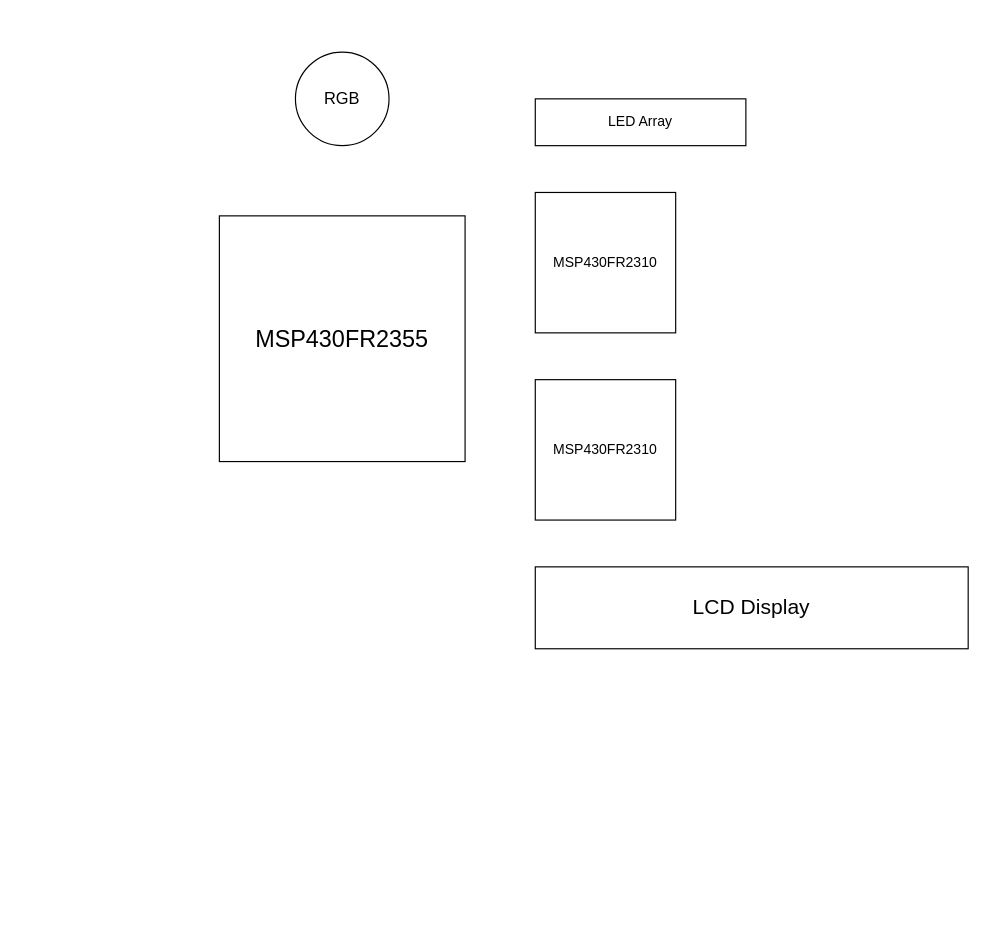
Above: docs/Project4_CircuitDiagram.drawio in msu-eele-465/project4-jack-matt (draw.io), before the change. Source tidied: cells renumbered, new cells numbered last; positions are measured from the earlier drawing's top-left corner, leaving out a move shared by most shapes. Both pictures are drawn from the tidied source at 117%, with x=0, y=0 at pixel (219, 51).
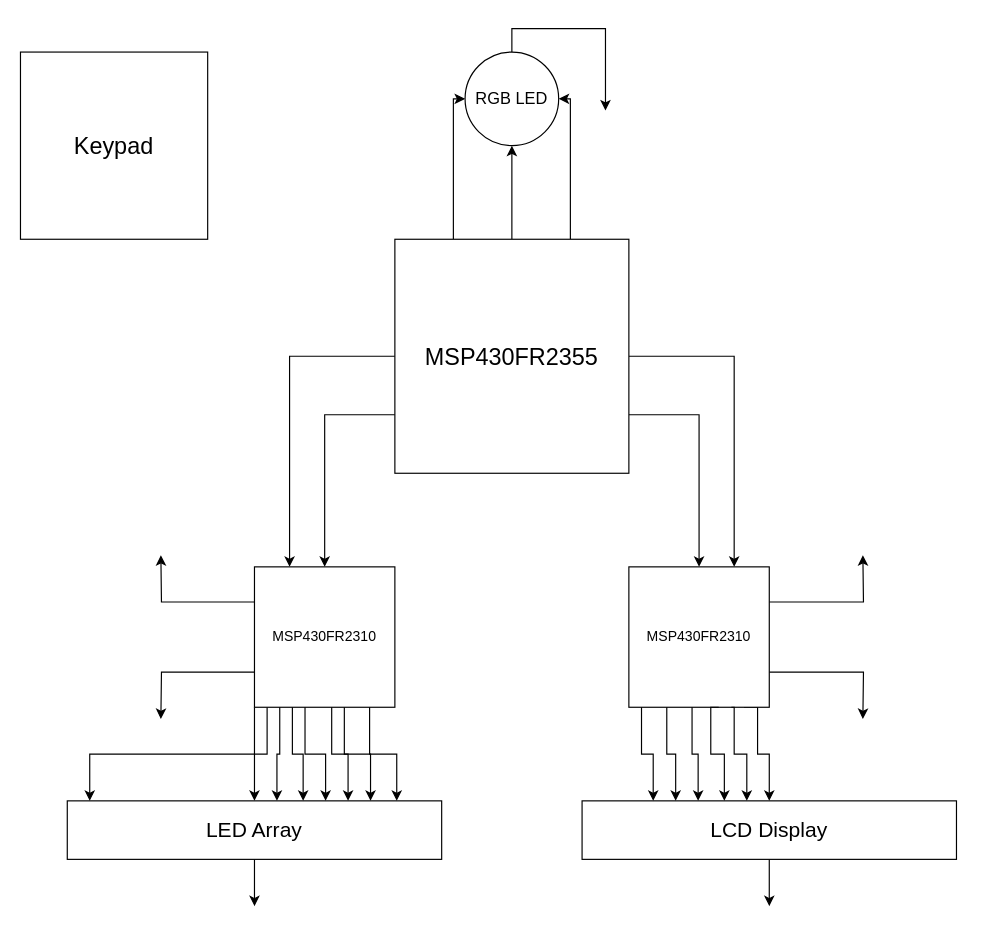
The same page after the edit.

Commit message:
Updated Circuit Diagram

Diff of the diagram source:
```diff
@@
+    <mxCell id="8" style="edgeStyle=orthogonalEdgeStyle;rounded=0;jettySize=auto;html=1;exitX=0;exitY=0.75;exitDx=0;exitDy=0;" parent="1" edge="1" source="2" target="4">
+      <mxGeometry relative="1" as="geometry" />
+    </mxCell>
+    <mxCell id="9" style="edgeStyle=orthogonalEdgeStyle;rounded=0;jettySize=auto;html=1;exitX=0;exitY=0.5;exitDx=0;exitDy=0;entryX=0.25;entryY=0;entryDx=0;entryDy=0;" parent="1" edge="1" source="2" target="4">
+      <mxGeometry relative="1" as="geometry" />
+    </mxCell>
+    <mxCell id="10" style="edgeStyle=orthogonalEdgeStyle;rounded=0;jettySize=auto;html=1;exitX=1;exitY=0.75;exitDx=0;exitDy=0;" parent="1" edge="1" source="2" target="3">
+      <mxGeometry relative="1" as="geometry" />
+    </mxCell>
+    <mxCell id="11" style="edgeStyle=orthogonalEdgeStyle;rounded=0;jettySize=auto;html=1;exitX=1;exitY=0.5;exitDx=0;exitDy=0;entryX=0.75;entryY=0;entryDx=0;entryDy=0;" parent="1" edge="1" source="2" target="3">
+      <mxGeometry relative="1" as="geometry" />
+    </mxCell>
+    <mxCell id="12" style="edgeStyle=orthogonalEdgeStyle;rounded=0;jettySize=auto;html=1;exitX=0.5;exitY=0;exitDx=0;exitDy=0;entryX=0.5;entryY=1;entryDx=0;entryDy=0;" parent="1" edge="1" source="2" target="7">
+      <mxGeometry relative="1" as="geometry" />
+    </mxCell>
+    <mxCell id="13" style="edgeStyle=orthogonalEdgeStyle;rounded=0;jettySize=auto;html=1;exitX=0.75;exitY=0;exitDx=0;exitDy=0;entryX=1;entryY=0.5;entryDx=0;entryDy=0;" parent="1" edge="1" source="2" target="7">
+      <mxGeometry relative="1" as="geometry">
+        <Array as="points">
+          <mxPoint x="300" y="40" />
+        </Array>
+      </mxGeometry>
+    </mxCell>
+    <mxCell id="14" style="edgeStyle=orthogonalEdgeStyle;rounded=0;jettySize=auto;html=1;exitX=0.25;exitY=0;exitDx=0;exitDy=0;entryX=0;entryY=0.5;entryDx=0;entryDy=0;" parent="1" edge="1" source="2" target="7">
+      <mxGeometry relative="1" as="geometry">
+        <Array as="points">
+          <mxPoint x="200" y="40" />
+        </Array>
+      </mxGeometry>
+    </mxCell>
     <mxCell id="2" value="&lt;font style=&quot;font-size: 20px;&quot;&gt;MSP430FR2355&lt;/font&gt;" style="whiteSpace=wrap;html=1;" parent="1" vertex="1">
-      <mxGeometry y="140" width="210" height="210" as="geometry" />
+      <mxGeometry x="150" y="160" width="200" height="200" as="geometry" />
     </mxCell>
+    <mxCell id="15" style="edgeStyle=orthogonalEdgeStyle;rounded=0;jettySize=auto;html=1;exitX=1;exitY=0.25;exitDx=0;exitDy=0;" parent="1" edge="1" source="3">
+      <mxGeometry relative="1" as="geometry">
+        <mxPoint x="550" y="430" as="targetPoint" />
+      </mxGeometry>
+    </mxCell>
+    <mxCell id="16" style="edgeStyle=orthogonalEdgeStyle;rounded=0;jettySize=auto;html=1;exitX=1;exitY=0.75;exitDx=0;exitDy=0;" parent="1" edge="1" source="3">
+      <mxGeometry relative="1" as="geometry">
+        <mxPoint x="550" y="570" as="targetPoint" />
+      </mxGeometry>
+    </mxCell>
+    <mxCell id="17" style="edgeStyle=orthogonalEdgeStyle;rounded=0;jettySize=auto;html=1;exitX=0.82;exitY=1;exitDx=0;exitDy=0;exitPerimeter=0;" parent="1" edge="1" source="3" target="5">
+      <mxGeometry relative="1" as="geometry">
+        <Array as="points">
+          <mxPoint x="460" y="560" />
+          <mxPoint x="460" y="600" />
+          <mxPoint x="470" y="600" />
+        </Array>
+      </mxGeometry>
+    </mxCell>
-    <mxCell id="3" value="MSP430FR2310" style="whiteSpace=wrap;html=1;" parent="1" vertex="1">
-      <mxGeometry x="270" y="120" width="120" height="120" as="geometry" />
+    <mxCell id="3" value="MSP430FR2310" style="whiteSpace=wrap;html=1;points=[[0,0,0,0,0],[0,0.25,0,0,0],[0,0.5,0,0,0],[0,0.75,0,0,0],[0,1,0,0,0],[0.09,1,0,0,0],[0.18,1,0,0,0],[0.25,0,0,0,0],[0.25,1,0,0,0],[0.27,1,0,0,0],[0.36,1,0,0,0],[0.45,1,0,0,0],[0.5,0,0,0,0],[0.5,1,0,0,0],[0.55,1,0,0,0],[0.64,1,0,0,0],[0.73,1,0,0,0],[0.75,0,0,0,0],[0.75,1,0,0,0],[0.82,1,0,0,0],[0.91,1,0,0,0],[1,0,0,0,0],[1,0.25,0,0,0],[1,0.5,0,0,0],[1,0.75,0,0,0],[1,1,0,0,0]];" parent="1" vertex="1">
+      <mxGeometry x="350" y="440" width="120" height="120" as="geometry" />
     </mxCell>
+    <mxCell id="18" style="edgeStyle=orthogonalEdgeStyle;rounded=0;jettySize=auto;html=1;exitX=0;exitY=0.25;exitDx=0;exitDy=0;" parent="1" edge="1" source="4">
+      <mxGeometry relative="1" as="geometry">
+        <mxPoint x="-50" y="430" as="targetPoint" />
+      </mxGeometry>
+    </mxCell>
+    <mxCell id="19" style="edgeStyle=orthogonalEdgeStyle;rounded=0;jettySize=auto;html=1;exitX=0;exitY=0.75;exitDx=0;exitDy=0;" parent="1" edge="1" source="4">
+      <mxGeometry relative="1" as="geometry">
+        <mxPoint x="-50" y="570" as="targetPoint" />
+      </mxGeometry>
+    </mxCell>
+    <mxCell id="20" style="edgeStyle=orthogonalEdgeStyle;rounded=0;jettySize=auto;html=1;exitX=0.09;exitY=1;exitDx=0;exitDy=0;exitPerimeter=0;" parent="1" edge="1" source="4" target="6">
+      <mxGeometry relative="1" as="geometry" />
+    </mxCell>
-    <mxCell id="4" value="MSP430FR2310" style="whiteSpace=wrap;html=1;" parent="1" vertex="1">
-      <mxGeometry x="270" y="280" width="120" height="120" as="geometry" />
+    <mxCell id="4" value="MSP430FR2310" style="whiteSpace=wrap;html=1;points=[[0,0,0,0,0],[0,0.25,0,0,0],[0,0.5,0,0,0],[0,0.75,0,0,0],[0,1,0,0,0],[0.09,1,0,0,0],[0.18,1,0,0,0],[0.25,0,0,0,0],[0.25,1,0,0,0],[0.27,1,0,0,0],[0.36,1,0,0,0],[0.45,1,0,0,0],[0.5,0,0,0,0],[0.5,1,0,0,0],[0.55,1,0,0,0],[0.64,1,0,0,0],[0.73,1,0,0,0],[0.75,0,0,0,0],[0.75,1,0,0,0],[0.82,1,0,0,0],[0.91,1,0,0,0],[1,0,0,0,0],[1,0.25,0,0,0],[1,0.5,0,0,0],[1,0.75,0,0,0],[1,1,0,0,0]];" parent="1" vertex="1">
+      <mxGeometry x="30" y="440" width="120" height="120" as="geometry" />
     </mxCell>
+    <mxCell id="21" style="edgeStyle=orthogonalEdgeStyle;rounded=0;jettySize=auto;html=1;exitX=0.5;exitY=1;exitDx=0;exitDy=0;exitPerimeter=0;" parent="1" edge="1" source="5">
+      <mxGeometry relative="1" as="geometry">
+        <mxPoint x="470" y="730" as="targetPoint" />
+      </mxGeometry>
+    </mxCell>
-    <mxCell id="5" value="&lt;font style=&quot;font-size: 18px;&quot;&gt;LCD Display&lt;/font&gt;" style="rounded=0;whiteSpace=wrap;html=1;" parent="1" vertex="1">
-      <mxGeometry x="270" y="440" width="370" height="70" as="geometry" />
+    <mxCell id="5" value="&lt;font style=&quot;font-size: 18px;&quot;&gt;LCD Display&lt;/font&gt;" style="rounded=0;whiteSpace=wrap;html=1;points=[[0,0,0,0,0],[0,0.25,0,0,0],[0,0.5,0,0,0],[0,0.75,0,0,0],[0,1,0,0,0],[0.06,0,0,0,0],[0.13,0,0,0,0],[0.19,0,0,0,0],[0.25,0,0,0,0],[0.25,1,0,0,0],[0.31,0,0,0,0],[0.38,0,0,0,0],[0.44,0,0,0,0],[0.5,0,0,0,0],[0.5,1,0,0,0],[0.56,0,0,0,0],[0.63,0,0,0,0],[0.69,0,0,0,0],[0.75,0,0,0,0],[0.75,1,0,0,0],[0.81,0,0,0,0],[0.88,0,0,0,0],[0.94,0,0,0,0],[1,0,0,0,0],[1,0.25,0,0,0],[1,0.5,0,0,0],[1,0.75,0,0,0],[1,1,0,0,0]];" parent="1" vertex="1">
+      <mxGeometry x="310" y="640" width="320" height="50" as="geometry" />
     </mxCell>
+    <mxCell id="22" style="edgeStyle=orthogonalEdgeStyle;rounded=0;jettySize=auto;html=1;exitX=0.5;exitY=0;exitDx=0;exitDy=0;" parent="1" edge="1" source="7">
+      <mxGeometry relative="1" as="geometry">
+        <mxPoint x="330" y="50" as="targetPoint" />
+        <Array as="points">
+          <mxPoint x="250" y="-20" />
+          <mxPoint x="330" y="-20" />
+          <mxPoint x="330" y="40" />
+        </Array>
+      </mxGeometry>
+    </mxCell>
+    <mxCell id="7" value="&lt;font style=&quot;font-size: 14px;&quot;&gt;RGB LED&lt;/font&gt;" style="ellipse;whiteSpace=wrap;html=1;" parent="1" vertex="1">
+      <mxGeometry x="210" width="80" height="80" as="geometry" />
+    </mxCell>
+    <mxCell id="23" style="edgeStyle=orthogonalEdgeStyle;rounded=0;jettySize=auto;html=1;exitX=0.5;exitY=1;exitDx=0;exitDy=0;exitPerimeter=0;" parent="1" edge="1" source="6">
+      <mxGeometry relative="1" as="geometry">
+        <mxPoint x="30" y="730" as="targetPoint" />
+      </mxGeometry>
+    </mxCell>
-    <mxCell id="6" value="LED Array" style="rounded=0;whiteSpace=wrap;html=1;" parent="1" vertex="1">
-      <mxGeometry x="270" y="40" width="180" height="40" as="geometry" />
+    <mxCell id="6" value="&lt;font style=&quot;font-size: 18px;&quot;&gt;LED Array&lt;/font&gt;" style="rounded=0;whiteSpace=wrap;html=1;points=[[0,0,0,0,0],[0,0.25,0,0,0],[0,0.5,0,0,0],[0,0.75,0,0,0],[0,1,0,0,0],[0.06,0,0,0,0],[0.13,0,0,0,0],[0.19,0,0,0,0],[0.25,0,0,0,0],[0.25,1,0,0,0],[0.31,0,0,0,0],[0.38,0,0,0,0],[0.44,0,0,0,0],[0.5,0,0,0,0],[0.5,1,0,0,0],[0.56,0,0,0,0],[0.63,0,0,0,0],[0.69,0,0,0,0],[0.75,0,0,0,0],[0.75,1,0,0,0],[0.81,0,0,0,0],[0.88,0,0,0,0],[0.94,0,0,0,0],[1,0,0,0,0],[1,0.25,0,0,0],[1,0.5,0,0,0],[1,0.75,0,0,0],[1,1,0,0,0]];" parent="1" vertex="1">
+      <mxGeometry x="-130" y="640" width="320" height="50" as="geometry" />
     </mxCell>
-    <mxCell id="7" value="&lt;font style=&quot;font-size: 14px;&quot;&gt;RGB&lt;/font&gt;" style="ellipse;whiteSpace=wrap;html=1;" parent="1" vertex="1">
-      <mxGeometry x="65" width="80" height="80" as="geometry" />
-    </mxCell>
+    <mxCell id="24" style="edgeStyle=orthogonalEdgeStyle;rounded=0;jettySize=auto;html=1;exitX=0.09;exitY=1;exitDx=0;exitDy=0;exitPerimeter=0;entryX=0.19;entryY=0;entryDx=0;entryDy=0;entryPerimeter=0;" parent="1" edge="1" source="3" target="5">
+      <mxGeometry relative="1" as="geometry" />
+    </mxCell>
+    <mxCell id="25" style="edgeStyle=orthogonalEdgeStyle;rounded=0;jettySize=auto;html=1;exitX=0.27;exitY=1;exitDx=0;exitDy=0;exitPerimeter=0;entryX=0.25;entryY=0;entryDx=0;entryDy=0;entryPerimeter=0;" parent="1" edge="1" source="3" target="5">
+      <mxGeometry relative="1" as="geometry" />
+    </mxCell>
+    <mxCell id="26" style="edgeStyle=orthogonalEdgeStyle;rounded=0;jettySize=auto;html=1;exitX=0.45;exitY=1;exitDx=0;exitDy=0;exitPerimeter=0;entryX=0.31;entryY=0;entryDx=0;entryDy=0;entryPerimeter=0;" parent="1" edge="1" source="3" target="5">
+      <mxGeometry relative="1" as="geometry" />
+    </mxCell>
+    <mxCell id="27" style="edgeStyle=orthogonalEdgeStyle;rounded=0;jettySize=auto;html=1;exitX=0.64;exitY=1;exitDx=0;exitDy=0;exitPerimeter=0;entryX=0.38;entryY=0;entryDx=0;entryDy=0;entryPerimeter=0;" parent="1" edge="1" source="3" target="5">
+      <mxGeometry relative="1" as="geometry">
+        <Array as="points">
+          <mxPoint x="420" y="560" />
+          <mxPoint x="420" y="600" />
+          <mxPoint x="432" y="600" />
+        </Array>
+      </mxGeometry>
+    </mxCell>
+    <mxCell id="28" style="edgeStyle=orthogonalEdgeStyle;rounded=0;jettySize=auto;html=1;exitX=0.73;exitY=1;exitDx=0;exitDy=0;exitPerimeter=0;entryX=0.44;entryY=0;entryDx=0;entryDy=0;entryPerimeter=0;" parent="1" edge="1" source="3" target="5">
+      <mxGeometry relative="1" as="geometry">
+        <Array as="points">
+          <mxPoint x="440" y="560" />
+          <mxPoint x="440" y="600" />
+          <mxPoint x="451" y="600" />
+        </Array>
+      </mxGeometry>
+    </mxCell>
+    <mxCell id="29" style="edgeStyle=orthogonalEdgeStyle;rounded=0;jettySize=auto;html=1;exitX=0;exitY=1;exitDx=0;exitDy=0;exitPerimeter=0;entryX=0.06;entryY=0;entryDx=0;entryDy=0;entryPerimeter=0;" parent="1" edge="1" source="4" target="6">
+      <mxGeometry relative="1" as="geometry" />
+    </mxCell>
+    <mxCell id="30" style="edgeStyle=orthogonalEdgeStyle;rounded=0;jettySize=auto;html=1;exitX=0.18;exitY=1;exitDx=0;exitDy=0;exitPerimeter=0;entryX=0.56;entryY=0;entryDx=0;entryDy=0;entryPerimeter=0;" parent="1" edge="1" source="4" target="6">
+      <mxGeometry relative="1" as="geometry" />
+    </mxCell>
+    <mxCell id="31" style="edgeStyle=orthogonalEdgeStyle;rounded=0;jettySize=auto;html=1;exitX=0.27;exitY=1;exitDx=0;exitDy=0;exitPerimeter=0;entryX=0.63;entryY=0;entryDx=0;entryDy=0;entryPerimeter=0;" parent="1" edge="1" source="4" target="6">
+      <mxGeometry relative="1" as="geometry" />
+    </mxCell>
+    <mxCell id="32" style="edgeStyle=orthogonalEdgeStyle;rounded=0;jettySize=auto;html=1;exitX=0.36;exitY=1;exitDx=0;exitDy=0;exitPerimeter=0;entryX=0.69;entryY=0;entryDx=0;entryDy=0;entryPerimeter=0;" parent="1" edge="1" source="4" target="6">
+      <mxGeometry relative="1" as="geometry" />
+    </mxCell>
+    <mxCell id="33" style="edgeStyle=orthogonalEdgeStyle;rounded=0;jettySize=auto;html=1;exitX=0.55;exitY=1;exitDx=0;exitDy=0;exitPerimeter=0;entryX=0.75;entryY=0;entryDx=0;entryDy=0;entryPerimeter=0;" parent="1" edge="1" source="4" target="6">
+      <mxGeometry relative="1" as="geometry" />
+    </mxCell>
+    <mxCell id="34" style="edgeStyle=orthogonalEdgeStyle;rounded=0;jettySize=auto;html=1;exitX=0.64;exitY=1;exitDx=0;exitDy=0;exitPerimeter=0;entryX=0.81;entryY=0;entryDx=0;entryDy=0;entryPerimeter=0;" parent="1" edge="1" source="4" target="6">
+      <mxGeometry relative="1" as="geometry" />
+    </mxCell>
+    <mxCell id="35" style="edgeStyle=orthogonalEdgeStyle;rounded=0;jettySize=auto;html=1;exitX=0.82;exitY=1;exitDx=0;exitDy=0;exitPerimeter=0;entryX=0.88;entryY=0;entryDx=0;entryDy=0;entryPerimeter=0;" parent="1" edge="1" source="4" target="6">
+      <mxGeometry relative="1" as="geometry" />
+    </mxCell>
+    <mxCell id="36" value="&lt;font style=&quot;font-size: 20px;&quot;&gt;Keypad&lt;/font&gt;" style="whiteSpace=wrap;html=1;" parent="1" vertex="1">
+      <mxGeometry x="-170" width="160" height="160" as="geometry" />
+    </mxCell>
```
